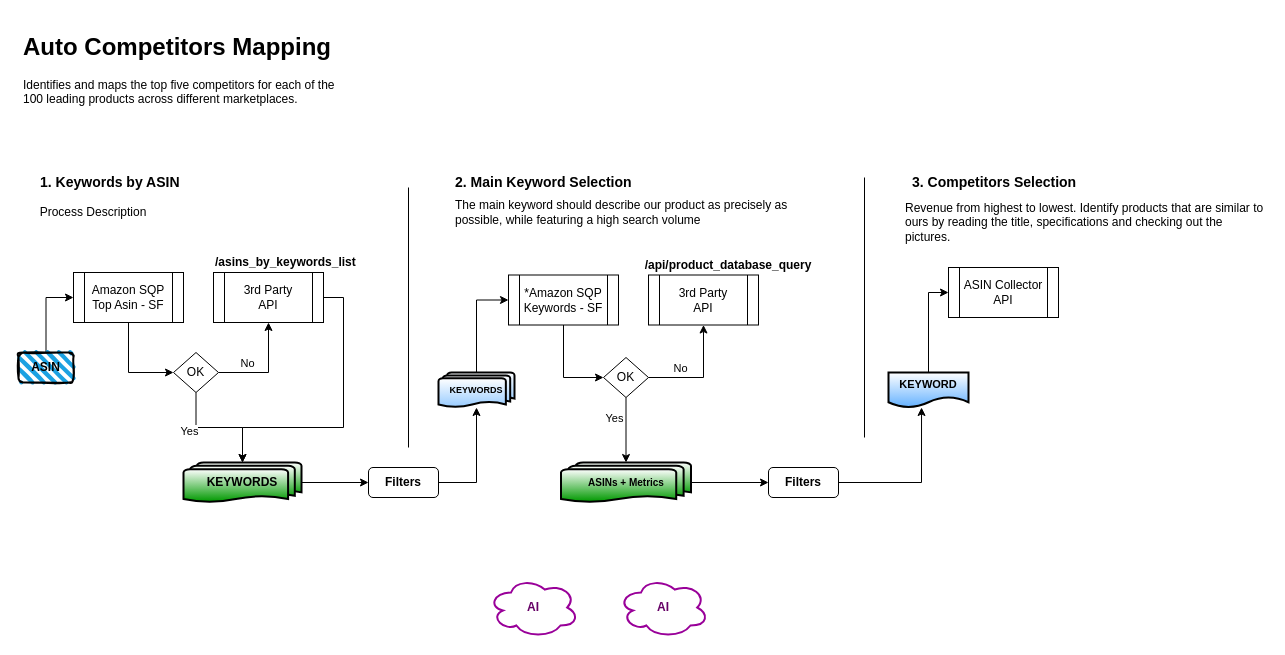
The draw.io diagram competitors-mapping/sx_competitors_mapping.drawio in rribeirosellerx/drawio, before the edit. Source tidied: cells renumbered, new cells numbered last; positions are measured from the earlier drawing's top-left corner, leaving out a move shared by most shapes. Both pictures are drawn from the tidied source at 100%, with x=0, y=0 at pixel (18, 27).
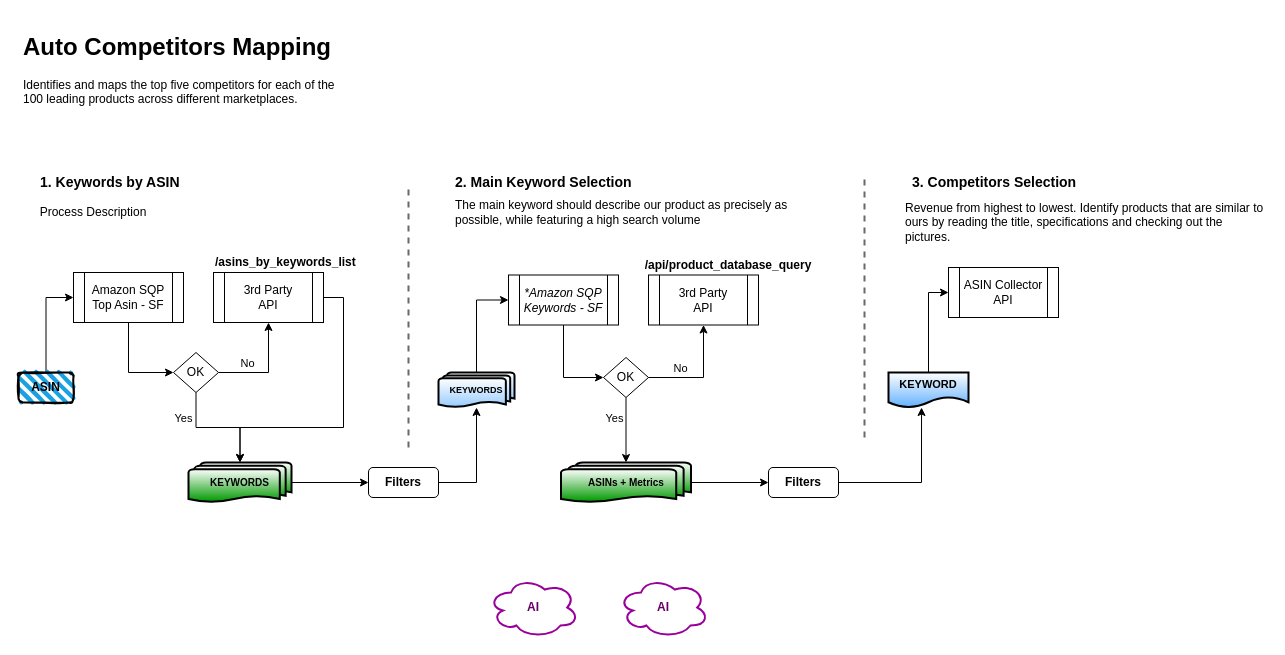
The same diagram, later.

The change refers to these unchanged cells:
```xml
<mxCell id="9" value="3rd Party&lt;br&gt;API" style="shape=process;whiteSpace=wrap;html=1;backgroundOutline=1;" parent="1" vertex="1">
  <mxGeometry x="195" y="245" width="110" height="50" as="geometry" />
</mxCell>
<mxCell id="17" style="edgeStyle=orthogonalEdgeStyle;rounded=0;jettySize=auto;html=1;entryX=0.5;entryY=0;entryDx=0;entryDy=0;entryPerimeter=0;" parent="1" edge="1" source="12" target="16">
  <mxGeometry relative="1" as="geometry" />
</mxCell>
```

The edit, as a diff of the source:
```diff
@@
-    <mxCell id="3" style="endArrow=none;html=1;rounded=0;" parent="1" edge="1">
+    <mxCell id="3" style="endArrow=none;html=1;rounded=0;strokeWidth=2;dashed=1;strokeColor=#696969;shadow=0;" parent="1" edge="1">
       <mxGeometry relative="1" as="geometry">
         <mxPoint x="390" y="420" as="sourcePoint" />
         <mxPoint x="390" y="160" as="targetPoint" />
       </mxGeometry>
     </mxCell>
@@
     <mxCell id="6" value="&lt;b&gt;ASIN&lt;/b&gt;" style="rounded=1;whiteSpace=wrap;html=1;strokeWidth=2;fillWeight=4;hachureGap=8;hachureAngle=45;fillColor=#1ba1e2;sketch=1;" parent="1" vertex="1">
-      <mxGeometry y="325" width="55" height="30" as="geometry" />
+      <mxGeometry y="345" width="55" height="30" as="geometry" />
     </mxCell>
@@
-    <mxCell id="16" value="&lt;b&gt;KEYWORDS&lt;/b&gt;" style="strokeWidth=2;html=1;shape=mxgraph.flowchart.multi-document;whiteSpace=wrap;gradientColor=#009900;" parent="1" vertex="1">
-      <mxGeometry x="165" y="435" width="118" height="40" as="geometry" />
+    <mxCell id="16" value="&lt;b style=&quot;font-size: 10px;&quot;&gt;KEYWORDS&lt;/b&gt;" style="strokeWidth=2;html=1;shape=mxgraph.flowchart.multi-document;whiteSpace=wrap;gradientColor=#009900;fontSize=10;" parent="1" vertex="1">
+      <mxGeometry x="170" y="435" width="103" height="40" as="geometry" />
     </mxCell>
@@
     <mxCell id="18" value="Yes" style="edgeLabel;html=1;align=center;verticalAlign=middle;" parent="17" vertex="1">
       <mxGeometry x="-0.37" y="-3" relative="1" as="geometry">
-        <mxPoint x="-9" as="offset" />
+        <mxPoint x="-14" y="-13" as="offset" />
       </mxGeometry>
     </mxCell>
@@
-    <mxCell id="33" value="*Amazon SQP&lt;br&gt;&lt;div style=&quot;&quot;&gt;&lt;span style=&quot;background-color: initial;&quot;&gt;Keywords - SF&lt;/span&gt;&lt;/div&gt;" style="shape=process;whiteSpace=wrap;html=1;backgroundOutline=1;align=center;" parent="1" vertex="1">
+    <mxCell id="33" value="&lt;i&gt;*Amazon SQP&lt;br&gt;&lt;/i&gt;&lt;div style=&quot;&quot;&gt;&lt;span style=&quot;background-color: initial;&quot;&gt;&lt;i&gt;Keywords - SF&lt;/i&gt;&lt;/span&gt;&lt;/div&gt;" style="shape=process;whiteSpace=wrap;html=1;backgroundOutline=1;align=center;" parent="1" vertex="1">
       <mxGeometry x="490" y="247.5" width="110" height="50" as="geometry" />
     </mxCell>
@@
-    <mxCell id="39" style="edgeStyle=orthogonalEdgeStyle;rounded=0;jettySize=auto;html=1;exitX=1;exitY=0.5;exitDx=0;exitDy=0;entryX=0.5;entryY=0;entryDx=0;entryDy=0;entryPerimeter=0;" parent="1" edge="1" source="9" target="16">
-      <mxGeometry relative="1" as="geometry">
-        <Array as="points">
-          <mxPoint x="325" y="270" />
-          <mxPoint x="325" y="400" />
-          <mxPoint x="224" y="400" />
-        </Array>
-      </mxGeometry>
-    </mxCell>
-    <mxCell id="40" style="endArrow=none;html=1;rounded=0;" parent="1" edge="1">
+    <mxCell id="40" style="endArrow=none;html=1;rounded=0;strokeWidth=2;dashed=1;strokeColor=#696969;shadow=0;" parent="1" edge="1">
       <mxGeometry relative="1" as="geometry">
         <mxPoint x="846" y="410" as="sourcePoint" />
         <mxPoint x="846" y="150" as="targetPoint" />
       </mxGeometry>
     </mxCell>
-    <mxCell id="41" value="Filters" style="rounded=1;whiteSpace=wrap;html=1;fontStyle=1;" parent="1" vertex="1">
+    <mxCell id="41" value="&lt;font&gt;Filters&lt;/font&gt;" style="rounded=1;whiteSpace=wrap;html=1;fontStyle=1;" parent="1" vertex="1">
       <mxGeometry x="750" y="440" width="70" height="30" as="geometry" />
     </mxCell>
@@
+    <mxCell id="39" style="edgeStyle=orthogonalEdgeStyle;rounded=0;jettySize=auto;html=1;exitX=1;exitY=0.5;exitDx=0;exitDy=0;entryX=0.5;entryY=0;entryDx=0;entryDy=0;entryPerimeter=0;" parent="1" edge="1" source="9" target="16">
+      <mxGeometry relative="1" as="geometry">
+        <Array as="points">
+          <mxPoint x="325" y="270" />
+          <mxPoint x="325" y="400" />
+          <mxPoint x="222" y="400" />
+        </Array>
+      </mxGeometry>
+    </mxCell>
```
